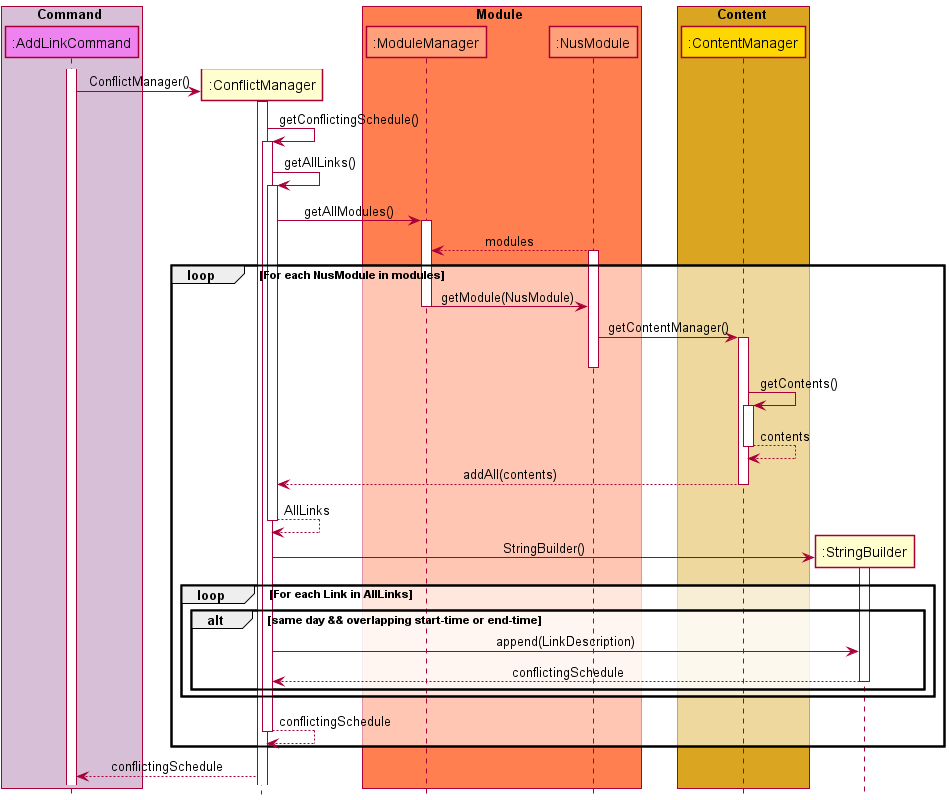
The PlantUML diagram docs/attachments/ConflictManagerSequenceDiagram.png in nus-cs2113-AY2122S1/tp, before a commit.
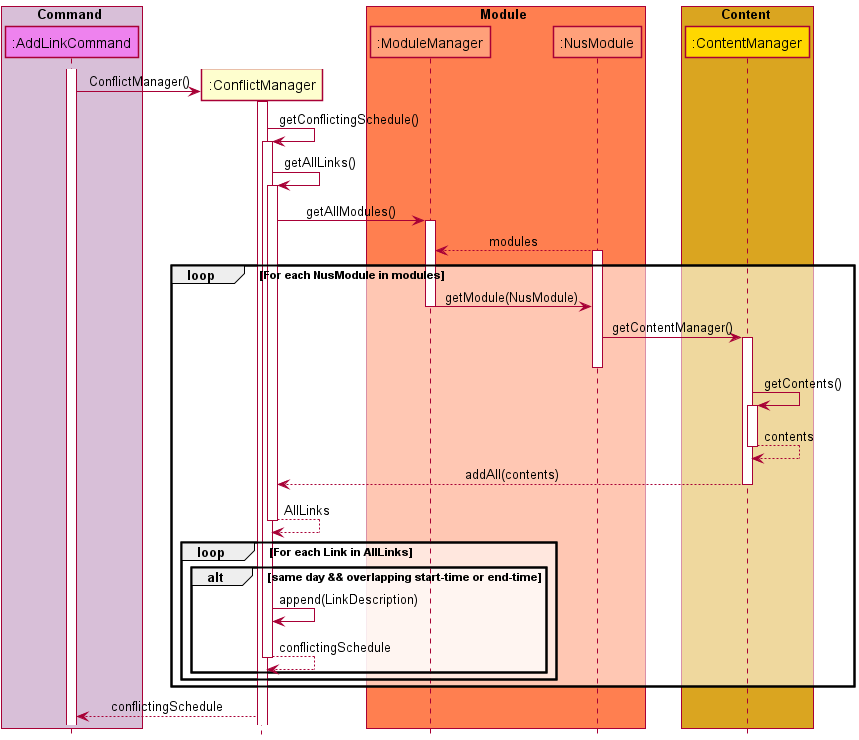
After the commit.

Commit message:
Update Sequence Diagram

The edit, as a diff of the source:
```diff
@@ -16,8 +16,6 @@
 box Content CONTENT_BOX_COLOR
 participant ":ContentManager" as ContentManager CONTENT_COLOR
 endbox
-
-participant ":StringBuilder" as StringBuilder
 
 Activate AddLinkCommand
 create ConflictManager
@@ -50,20 +48,15 @@
     ConflictManager --> ConflictManager: AllLinks
     Deactivate ConflictManager
 
-    create StringBuilder
-    ConflictManager -> StringBuilder: StringBuilder()
-    Activate StringBuilder
-
     loop For each Link in AllLinks
         alt same day && overlapping start-time or end-time
-        ConflictManager -> StringBuilder: append(LinkDescription)
-        StringBuilder --> ConflictManager: conflictingSchedule
-        Deactivate StringBuilder
+        ConflictManager -> ConflictManager: append(LinkDescription)
+        ConflictManager --> ConflictManager: conflictingSchedule
+        Deactivate ConflictManager
     end
 end
 
-ConflictManager --> ConflictManager: conflictingSchedule
-Deactivate ConflictManager
+
 end
 
 ConflictManager --> AddLinkCommand: conflictingSchedule
```
